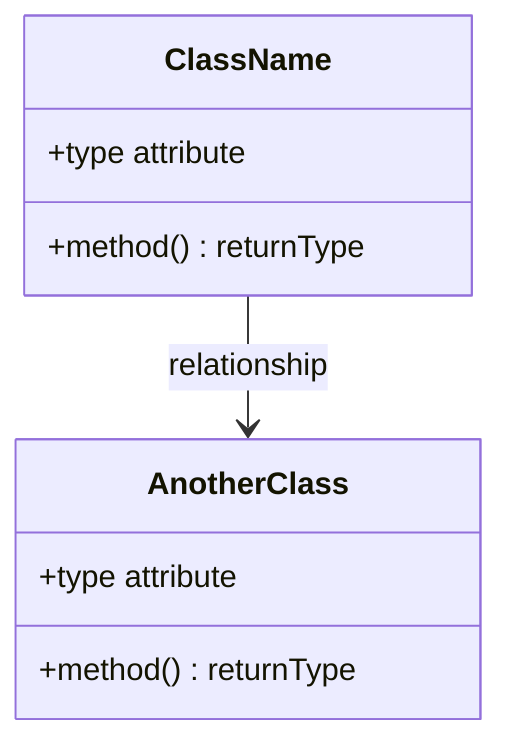
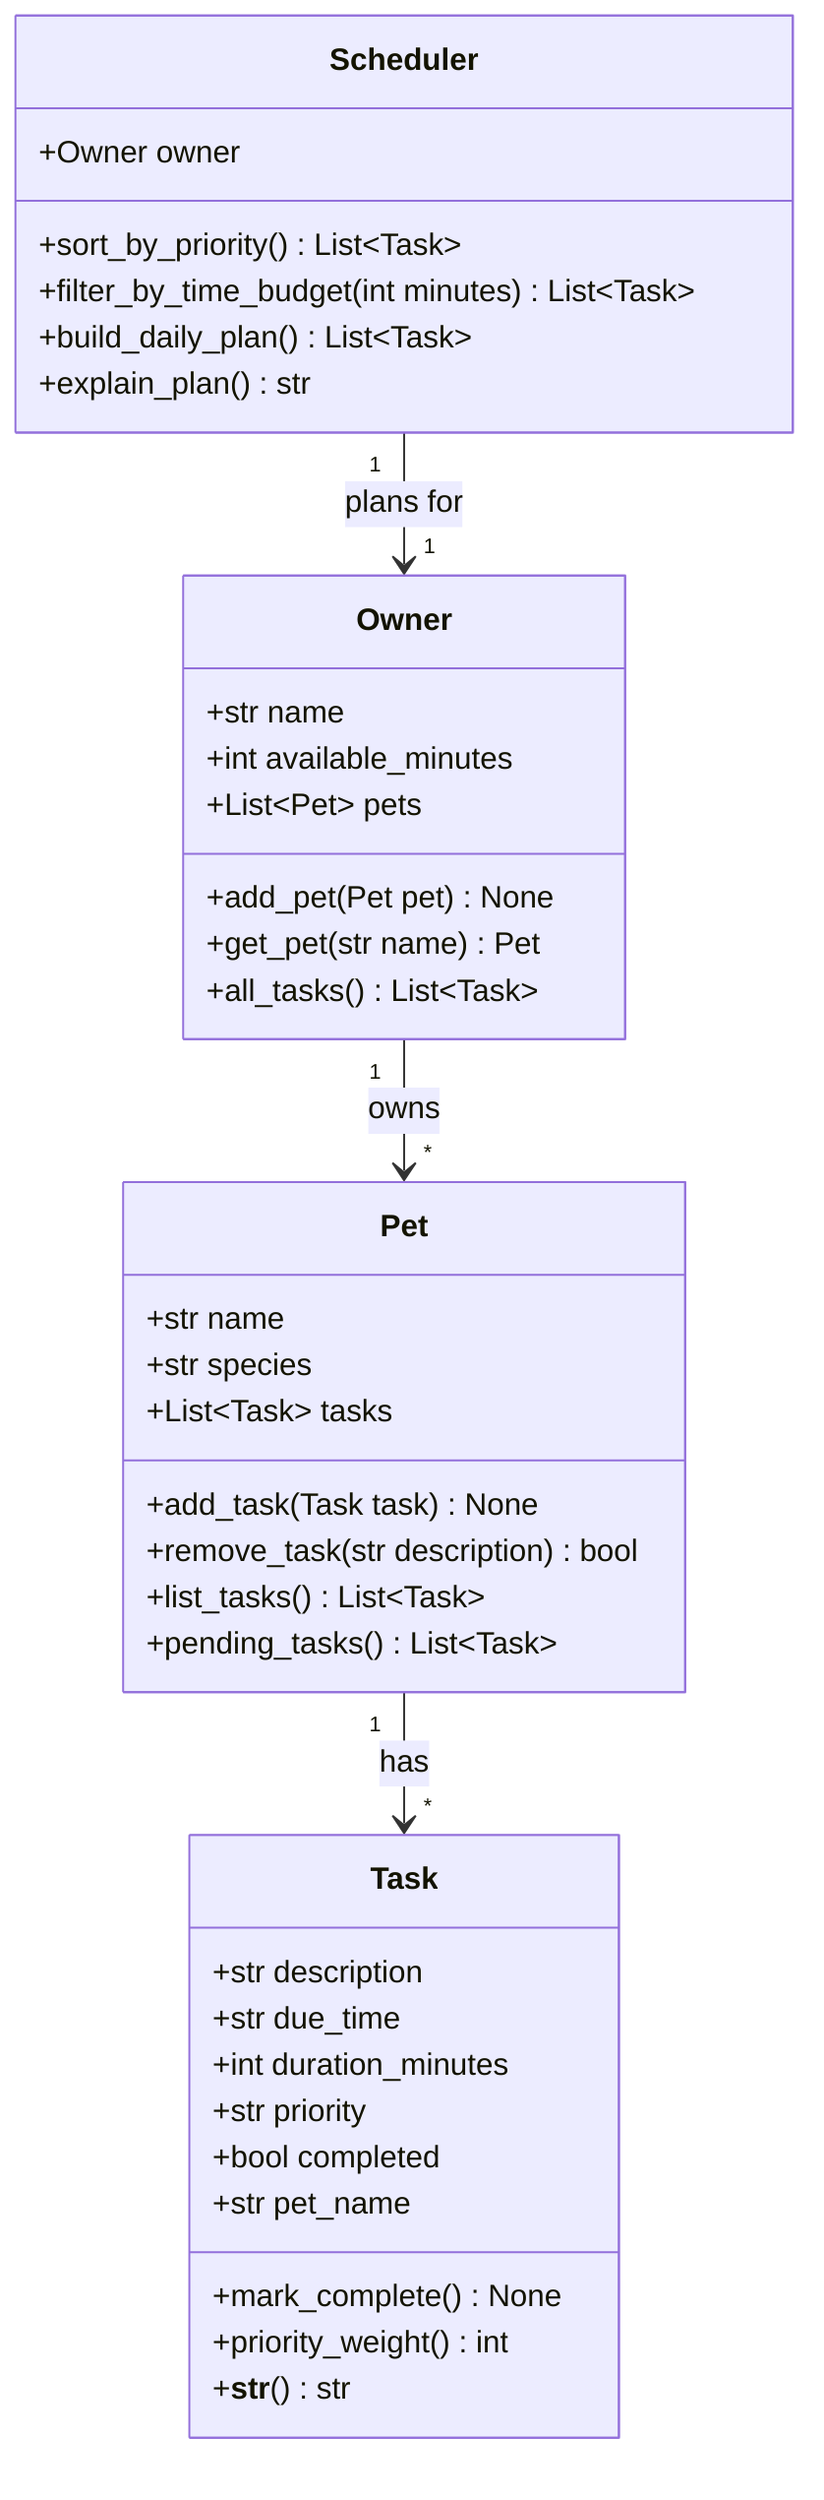
classDiagram
-     %% Replace the placeholders below with your actual classes, attributes, methods, and relationships.
-     %% Keep this file updated so it matches your final implementation.
+     %% PawPal+ core OOP design.
+     %% This diagram is kept in sync with pawpal_system.py.

-     class ClassName {
-         +type attribute
-         +method() returnType
+     class Task {
+         +str description
+         +str due_time
+         +int duration_minutes
+         +str priority
+         +bool completed
+         +str pet_name
+         +mark_complete() None
+         +priority_weight() int
+         +__str__() str
    }

-     class AnotherClass {
-         +type attribute
-         +method() returnType
+     class Pet {
+         +str name
+         +str species
+         +List~Task~ tasks
+         +add_task(Task task) None
+         +remove_task(str description) bool
+         +list_tasks() List~Task~
+         +pending_tasks() List~Task~
    }

-     ClassName --> AnotherClass : relationship
+     class Owner {
+         +str name
+         +int available_minutes
+         +List~Pet~ pets
+         +add_pet(Pet pet) None
+         +get_pet(str name) Pet
+         +all_tasks() List~Task~
+     }
+ 
+     class Scheduler {
+         +Owner owner
+         +sort_by_priority() List~Task~
+         +filter_by_time_budget(int minutes) List~Task~
+         +build_daily_plan() List~Task~
+         +explain_plan() str
+     }
+ 
+     Owner "1" --> "*" Pet : owns
+     Pet "1" --> "*" Task : has
+     Scheduler "1" --> "1" Owner : plans for
